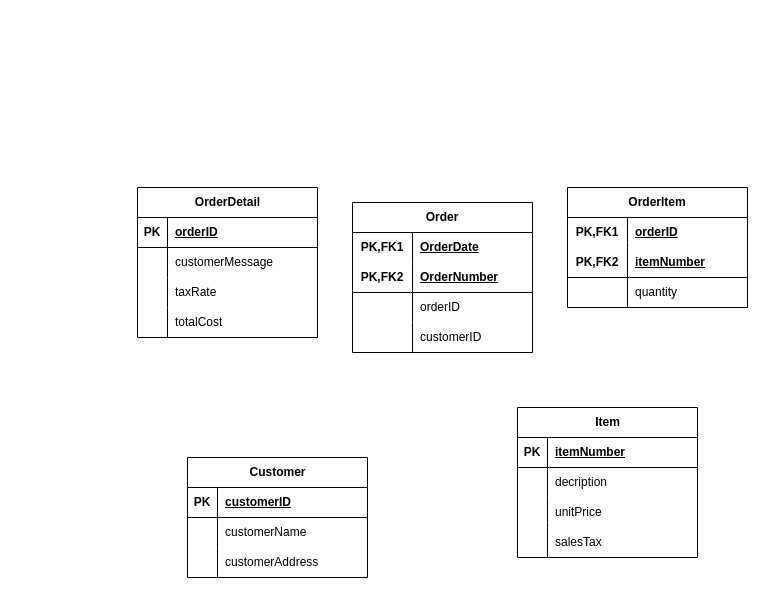
Earlier version of the draw.io diagram page "Page-1" (1 of 2) of Untitled Diagram.drawio (Joshuaarr/DBMS_2023). Source tidied: cells renumbered, new cells numbered last; positions are measured from the earlier drawing's top-left corner, leaving out a move shared by most shapes. Both pictures are drawn from the tidied source at 100%, with x=0, y=0 at pixel (137, 187).
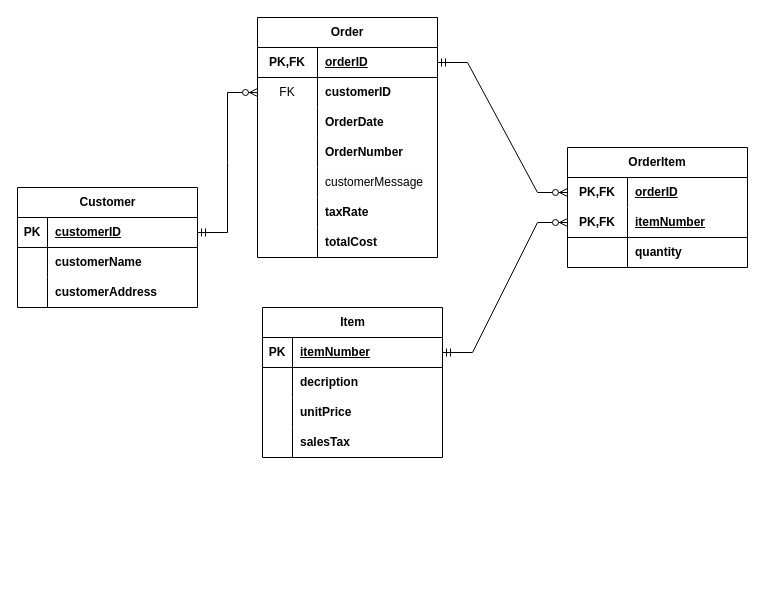
After the change.

The change refers to these unchanged cells:
```xml
<mxCell id="3" style="shape=tableRow;horizontal=0;startSize=0;swimlaneHead=0;swimlaneBody=0;fillColor=none;points=[[0,0.5],[1,0.5]];portConstraint=eastwest;top=0;left=0;right=0;bottom=1;" parent="2" vertex="1">
  <mxGeometry y="30" width="180" height="30" as="geometry" />
</mxCell>
<mxCell id="6" style="shape=tableRow;horizontal=0;startSize=0;swimlaneHead=0;swimlaneBody=0;fillColor=none;top=0;left=0;right=0;bottom=0;" parent="2" vertex="1">
  <mxGeometry y="60" width="180" height="30" as="geometry" />
</mxCell>
<mxCell id="9" style="shape=tableRow;horizontal=0;startSize=0;swimlaneHead=0;swimlaneBody=0;fillColor=none;top=0;left=0;right=0;bottom=0;" parent="2" vertex="1">
  <mxGeometry y="90" width="180" height="30" as="geometry" />
</mxCell>
<mxCell id="26" style="shape=tableRow;horizontal=0;startSize=0;swimlaneHead=0;swimlaneBody=0;fillColor=none;points=[[0,0.5],[1,0.5]];portConstraint=eastwest;top=0;left=0;right=0;bottom=0;html=1;" parent="25" vertex="1">
  <mxGeometry y="30" width="180" height="30" as="geometry" />
</mxCell>
<mxCell id="29" style="shape=tableRow;horizontal=0;startSize=0;swimlaneHead=0;swimlaneBody=0;fillColor=none;points=[[0,0.5],[1,0.5]];portConstraint=eastwest;top=0;left=0;right=0;bottom=1;html=1;" parent="25" vertex="1">
  <mxGeometry y="60" width="180" height="30" as="geometry" />
</mxCell>
<mxCell id="32" style="shape=tableRow;horizontal=0;startSize=0;swimlaneHead=0;swimlaneBody=0;fillColor=none;top=0;left=0;right=0;bottom=0;html=1;" parent="25" vertex="1">
  <mxGeometry y="90" width="180" height="30" as="geometry" />
</mxCell>
<mxCell id="36" style="shape=tableRow;horizontal=0;startSize=0;swimlaneHead=0;swimlaneBody=0;fillColor=none;points=[[0,0.5],[1,0.5]];portConstraint=eastwest;top=0;left=0;right=0;bottom=1;" parent="35" vertex="1">
  <mxGeometry y="30" width="180" height="30" as="geometry" />
</mxCell>
<mxCell id="39" style="shape=tableRow;horizontal=0;startSize=0;swimlaneHead=0;swimlaneBody=0;fillColor=none;top=0;left=0;right=0;bottom=0;" parent="35" vertex="1">
  <mxGeometry y="60" width="180" height="30" as="geometry" />
</mxCell>
<mxCell id="42" style="shape=tableRow;horizontal=0;startSize=0;swimlaneHead=0;swimlaneBody=0;fillColor=none;top=0;left=0;right=0;bottom=0;" parent="35" vertex="1">
  <mxGeometry y="90" width="180" height="30" as="geometry" />
</mxCell>
<mxCell id="45" style="shape=tableRow;horizontal=0;startSize=0;swimlaneHead=0;swimlaneBody=0;fillColor=none;top=0;left=0;right=0;bottom=0;" parent="35" vertex="1">
  <mxGeometry y="120" width="180" height="30" as="geometry" />
</mxCell>
<mxCell id="55" style="shape=tableRow;horizontal=0;startSize=0;swimlaneHead=0;swimlaneBody=0;fillColor=none;top=0;left=0;right=0;bottom=0;html=1;" parent="48" vertex="1">
  <mxGeometry y="90" width="180" height="30" as="geometry" />
</mxCell>
<mxCell id="58" style="shape=tableRow;horizontal=0;startSize=0;swimlaneHead=0;swimlaneBody=0;fillColor=none;top=0;left=0;right=0;bottom=0;html=1;" parent="48" vertex="1">
  <mxGeometry y="120" width="180" height="30" as="geometry" />
</mxCell>
```

Change to the diagram source:
```diff
@@
     <mxCell id="2" value="Customer" style="shape=table;startSize=30;childLayout=tableLayout;rowLines=0;fontStyle=1;align=center;html=1;" parent="1" vertex="1">
-      <mxGeometry x="50" y="270" width="180" height="120" as="geometry" />
+      <mxGeometry x="-120" width="180" height="120" as="geometry" />
     </mxCell>
@@
-    <mxCell id="8" value="customerName" style="shape=partialRectangle;fillColor=none;top=0;left=0;bottom=0;right=0;align=left;spacingLeft=6;overflow=hidden;whiteSpace=wrap;html=1;" parent="6" vertex="1">
+    <mxCell id="8" value="&lt;b&gt;customerName&lt;/b&gt;" style="shape=partialRectangle;fillColor=none;top=0;left=0;bottom=0;right=0;align=left;spacingLeft=6;overflow=hidden;whiteSpace=wrap;html=1;" parent="6" vertex="1">
       <mxGeometry x="30" width="150" height="30" as="geometry" />
     </mxCell>
@@
-    <mxCell id="11" value="customerAddress" style="shape=partialRectangle;fillColor=none;top=0;left=0;bottom=0;right=0;align=left;spacingLeft=6;overflow=hidden;whiteSpace=wrap;html=1;" parent="9" vertex="1">
+    <mxCell id="11" value="&lt;b&gt;customerAddress&lt;/b&gt;" style="shape=partialRectangle;fillColor=none;top=0;left=0;bottom=0;right=0;align=left;spacingLeft=6;overflow=hidden;whiteSpace=wrap;html=1;" parent="9" vertex="1">
       <mxGeometry x="30" width="150" height="30" as="geometry" />
     </mxCell>
-    <mxCell id="12" value="OrderDetail" style="shape=table;startSize=30;childLayout=tableLayout;rowLines=0;fontStyle=1;align=center;html=1;" parent="1" vertex="1">
-      <mxGeometry width="180" height="150" as="geometry" />
-    </mxCell>
-    <mxCell id="13" style="shape=tableRow;horizontal=0;startSize=0;swimlaneHead=0;swimlaneBody=0;fillColor=none;top=0;left=0;right=0;bottom=1;" parent="12" vertex="1">
-      <mxGeometry y="30" width="180" height="30" as="geometry" />
-    </mxCell>
-    <mxCell id="14" value="PK" style="shape=partialRectangle;fillColor=none;top=0;left=0;bottom=0;right=0;fontStyle=1;overflow=hidden;whiteSpace=wrap;html=1;" parent="13" vertex="1">
-      <mxGeometry width="30" height="30" as="geometry" />
-    </mxCell>
-    <mxCell id="15" value="orderID" style="shape=partialRectangle;fillColor=none;top=0;left=0;bottom=0;right=0;align=left;spacingLeft=6;fontStyle=5;overflow=hidden;whiteSpace=wrap;html=1;" parent="13" vertex="1">
-      <mxGeometry x="30" width="150" height="30" as="geometry" />
-    </mxCell>
-    <mxCell id="16" style="shape=tableRow;horizontal=0;startSize=0;swimlaneHead=0;swimlaneBody=0;fillColor=none;top=0;left=0;right=0;bottom=0;" parent="12" vertex="1">
-      <mxGeometry y="60" width="180" height="30" as="geometry" />
-    </mxCell>
-    <mxCell id="17" style="shape=partialRectangle;fillColor=none;top=0;left=0;bottom=0;right=0;overflow=hidden;whiteSpace=wrap;html=1;" parent="16" vertex="1">
-      <mxGeometry width="30" height="30" as="geometry" />
-    </mxCell>
-    <mxCell id="18" value="customerMessage" style="shape=partialRectangle;fillColor=none;top=0;left=0;bottom=0;right=0;align=left;spacingLeft=6;overflow=hidden;whiteSpace=wrap;html=1;" parent="16" vertex="1">
-      <mxGeometry x="30" width="150" height="30" as="geometry" />
-    </mxCell>
-    <mxCell id="19" style="shape=tableRow;horizontal=0;startSize=0;swimlaneHead=0;swimlaneBody=0;fillColor=none;top=0;left=0;right=0;bottom=0;" parent="12" vertex="1">
-      <mxGeometry y="90" width="180" height="30" as="geometry" />
-    </mxCell>
-    <mxCell id="20" style="shape=partialRectangle;fillColor=none;top=0;left=0;bottom=0;right=0;overflow=hidden;whiteSpace=wrap;html=1;" parent="19" vertex="1">
-      <mxGeometry width="30" height="30" as="geometry" />
-    </mxCell>
-    <mxCell id="21" value="taxRate" style="shape=partialRectangle;fillColor=none;top=0;left=0;bottom=0;right=0;align=left;spacingLeft=6;overflow=hidden;whiteSpace=wrap;html=1;" parent="19" vertex="1">
-      <mxGeometry x="30" width="150" height="30" as="geometry" />
-    </mxCell>
-    <mxCell id="22" style="shape=tableRow;horizontal=0;startSize=0;swimlaneHead=0;swimlaneBody=0;fillColor=none;top=0;left=0;right=0;bottom=0;" parent="12" vertex="1">
-      <mxGeometry y="120" width="180" height="30" as="geometry" />
-    </mxCell>
-    <mxCell id="23" style="shape=partialRectangle;fillColor=none;top=0;left=0;bottom=0;right=0;overflow=hidden;whiteSpace=wrap;html=1;" parent="22" vertex="1">
-      <mxGeometry width="30" height="30" as="geometry" />
-    </mxCell>
-    <mxCell id="24" value="totalCost" style="shape=partialRectangle;fillColor=none;top=0;left=0;bottom=0;right=0;align=left;spacingLeft=6;overflow=hidden;whiteSpace=wrap;html=1;" parent="22" vertex="1">
-      <mxGeometry x="30" width="150" height="30" as="geometry" />
-    </mxCell>
     <mxCell id="25" value="OrderItem" style="shape=table;startSize=30;childLayout=tableLayout;rowLines=0;fontStyle=1;align=center;html=1;whiteSpace=wrap;" parent="1" vertex="1">
-      <mxGeometry x="430" width="180" height="120" as="geometry" />
+      <mxGeometry x="430" y="-40" width="180" height="120" as="geometry" />
     </mxCell>
@@
-    <mxCell id="27" value="PK,FK1" style="shape=partialRectangle;fillColor=none;top=0;left=0;bottom=0;right=0;fontStyle=1;overflow=hidden;html=1;whiteSpace=wrap;" parent="26" vertex="1">
+    <mxCell id="27" value="PK,FK" style="shape=partialRectangle;fillColor=none;top=0;left=0;bottom=0;right=0;fontStyle=1;overflow=hidden;html=1;whiteSpace=wrap;" parent="26" vertex="1">
       <mxGeometry width="60" height="30" as="geometry" />
     </mxCell>
@@
-    <mxCell id="30" value="PK,FK2" style="shape=partialRectangle;fillColor=none;top=0;left=0;bottom=0;right=0;fontStyle=1;overflow=hidden;html=1;whiteSpace=wrap;" parent="29" vertex="1">
+    <mxCell id="30" value="PK,FK" style="shape=partialRectangle;fillColor=none;top=0;left=0;bottom=0;right=0;fontStyle=1;overflow=hidden;html=1;whiteSpace=wrap;" parent="29" vertex="1">
       <mxGeometry width="60" height="30" as="geometry" />
     </mxCell>
@@
-    <mxCell id="34" value="quantity" style="shape=partialRectangle;fillColor=none;top=0;left=0;bottom=0;right=0;align=left;spacingLeft=6;overflow=hidden;html=1;whiteSpace=wrap;" parent="32" vertex="1">
+    <mxCell id="34" value="&lt;b&gt;quantity&lt;/b&gt;" style="shape=partialRectangle;fillColor=none;top=0;left=0;bottom=0;right=0;align=left;spacingLeft=6;overflow=hidden;html=1;whiteSpace=wrap;" parent="32" vertex="1">
       <mxGeometry x="60" width="120" height="30" as="geometry" />
     </mxCell>
     <mxCell id="35" value="Item" style="shape=table;startSize=30;childLayout=tableLayout;rowLines=0;fontStyle=1;align=center;html=1;" parent="1" vertex="1">
-      <mxGeometry x="380" y="220" width="180" height="150" as="geometry" />
+      <mxGeometry x="125" y="120" width="180" height="150" as="geometry" />
     </mxCell>
@@
-    <mxCell id="41" value="decription" style="shape=partialRectangle;fillColor=none;top=0;left=0;bottom=0;right=0;align=left;spacingLeft=6;overflow=hidden;whiteSpace=wrap;html=1;" parent="39" vertex="1">
+    <mxCell id="41" value="&lt;b&gt;decription&lt;/b&gt;" style="shape=partialRectangle;fillColor=none;top=0;left=0;bottom=0;right=0;align=left;spacingLeft=6;overflow=hidden;whiteSpace=wrap;html=1;" parent="39" vertex="1">
       <mxGeometry x="30" width="150" height="30" as="geometry" />
     </mxCell>
@@
-    <mxCell id="44" value="unitPrice" style="shape=partialRectangle;fillColor=none;top=0;left=0;bottom=0;right=0;align=left;spacingLeft=6;overflow=hidden;whiteSpace=wrap;html=1;" parent="42" vertex="1">
+    <mxCell id="44" value="&lt;b&gt;unitPrice&lt;/b&gt;" style="shape=partialRectangle;fillColor=none;top=0;left=0;bottom=0;right=0;align=left;spacingLeft=6;overflow=hidden;whiteSpace=wrap;html=1;" parent="42" vertex="1">
       <mxGeometry x="30" width="150" height="30" as="geometry" />
     </mxCell>
@@
-    <mxCell id="47" value="salesTax" style="shape=partialRectangle;fillColor=none;top=0;left=0;bottom=0;right=0;align=left;spacingLeft=6;overflow=hidden;whiteSpace=wrap;html=1;" parent="45" vertex="1">
+    <mxCell id="47" value="&lt;b&gt;salesTax&lt;/b&gt;" style="shape=partialRectangle;fillColor=none;top=0;left=0;bottom=0;right=0;align=left;spacingLeft=6;overflow=hidden;whiteSpace=wrap;html=1;" parent="45" vertex="1">
       <mxGeometry x="30" width="150" height="30" as="geometry" />
     </mxCell>
     <mxCell id="48" value="Order" style="shape=table;startSize=30;childLayout=tableLayout;rowLines=0;fontStyle=1;align=center;html=1;whiteSpace=wrap;" parent="1" vertex="1">
-      <mxGeometry x="215" y="15" width="180" height="150" as="geometry" />
+      <mxGeometry x="120" y="-170" width="180" height="240" as="geometry" />
     </mxCell>
-    <mxCell id="49" style="shape=tableRow;horizontal=0;startSize=0;swimlaneHead=0;swimlaneBody=0;fillColor=none;top=0;left=0;right=0;bottom=0;html=1;" parent="48" vertex="1">
-      <mxGeometry y="30" width="180" height="30" as="geometry" />
-    </mxCell>
-    <mxCell id="50" value="PK,FK1" style="shape=partialRectangle;fillColor=none;top=0;left=0;bottom=0;right=0;fontStyle=1;overflow=hidden;html=1;whiteSpace=wrap;" parent="49" vertex="1">
-      <mxGeometry width="60" height="30" as="geometry" />
-    </mxCell>
-    <mxCell id="51" value="OrderDate" style="shape=partialRectangle;fillColor=none;top=0;left=0;bottom=0;right=0;align=left;spacingLeft=6;fontStyle=5;overflow=hidden;html=1;whiteSpace=wrap;" parent="49" vertex="1">
-      <mxGeometry x="60" width="120" height="30" as="geometry" />
-    </mxCell>
     <mxCell id="52" style="shape=tableRow;horizontal=0;startSize=0;swimlaneHead=0;swimlaneBody=0;fillColor=none;points=[[0,0.5],[1,0.5]];portConstraint=eastwest;top=0;left=0;right=0;bottom=1;html=1;" parent="48" vertex="1">
-      <mxGeometry y="60" width="180" height="30" as="geometry" />
+      <mxGeometry y="30" width="180" height="30" as="geometry" />
     </mxCell>
-    <mxCell id="53" value="PK,FK2" style="shape=partialRectangle;fillColor=none;top=0;left=0;bottom=0;right=0;fontStyle=1;overflow=hidden;html=1;whiteSpace=wrap;" parent="52" vertex="1">
+    <mxCell id="53" value="PK,FK" style="shape=partialRectangle;fillColor=none;top=0;left=0;bottom=0;right=0;fontStyle=1;overflow=hidden;html=1;whiteSpace=wrap;" parent="52" vertex="1">
       <mxGeometry width="60" height="30" as="geometry" />
     </mxCell>
-    <mxCell id="54" value="OrderNumber" style="shape=partialRectangle;fillColor=none;top=0;left=0;bottom=0;right=0;align=left;spacingLeft=6;fontStyle=5;overflow=hidden;html=1;whiteSpace=wrap;" parent="52" vertex="1">
+    <mxCell id="54" value="orderID" style="shape=partialRectangle;fillColor=none;top=0;left=0;bottom=0;right=0;align=left;spacingLeft=6;fontStyle=5;overflow=hidden;html=1;whiteSpace=wrap;" parent="52" vertex="1">
       <mxGeometry x="60" width="120" height="30" as="geometry" />
     </mxCell>
+    <mxCell id="61" style="shape=tableRow;horizontal=0;startSize=0;swimlaneHead=0;swimlaneBody=0;fillColor=none;points=[[0,0.5],[1,0.5]];portConstraint=eastwest;top=0;left=0;right=0;bottom=0;html=1;" parent="48" vertex="1">
+      <mxGeometry y="60" width="180" height="30" as="geometry" />
+    </mxCell>
+    <mxCell id="62" value="FK" style="shape=partialRectangle;fillColor=none;top=0;left=0;bottom=0;right=0;overflow=hidden;html=1;whiteSpace=wrap;" parent="61" vertex="1">
+      <mxGeometry width="60" height="30" as="geometry" />
+    </mxCell>
+    <mxCell id="63" value="&lt;b&gt;customerID&lt;/b&gt;" style="shape=partialRectangle;fillColor=none;top=0;left=0;bottom=0;right=0;align=left;spacingLeft=6;overflow=hidden;html=1;whiteSpace=wrap;" parent="61" vertex="1">
+      <mxGeometry x="60" width="120" height="30" as="geometry" />
+    </mxCell>
@@
-    <mxCell id="57" value="orderID" style="shape=partialRectangle;fillColor=none;top=0;left=0;bottom=0;right=0;align=left;spacingLeft=6;overflow=hidden;html=1;whiteSpace=wrap;" parent="55" vertex="1">
+    <mxCell id="57" value="&lt;b&gt;OrderDate&lt;/b&gt;" style="shape=partialRectangle;fillColor=none;top=0;left=0;bottom=0;right=0;align=left;spacingLeft=6;overflow=hidden;html=1;whiteSpace=wrap;" parent="55" vertex="1">
       <mxGeometry x="60" width="120" height="30" as="geometry" />
     </mxCell>
@@
-    <mxCell id="60" value="customerID" style="shape=partialRectangle;fillColor=none;top=0;left=0;bottom=0;right=0;align=left;spacingLeft=6;overflow=hidden;html=1;whiteSpace=wrap;" parent="58" vertex="1">
+    <mxCell id="60" value="&lt;b&gt;OrderNumber&lt;/b&gt;" style="shape=partialRectangle;fillColor=none;top=0;left=0;bottom=0;right=0;align=left;spacingLeft=6;overflow=hidden;html=1;whiteSpace=wrap;" parent="58" vertex="1">
       <mxGeometry x="60" width="120" height="30" as="geometry" />
     </mxCell>
+    <mxCell id="64" style="shape=tableRow;horizontal=0;startSize=0;swimlaneHead=0;swimlaneBody=0;fillColor=none;top=0;left=0;right=0;bottom=0;html=1;" parent="48" vertex="1">
+      <mxGeometry y="150" width="180" height="30" as="geometry" />
+    </mxCell>
+    <mxCell id="65" style="shape=partialRectangle;fillColor=none;top=0;left=0;bottom=0;right=0;overflow=hidden;html=1;whiteSpace=wrap;" parent="64" vertex="1">
+      <mxGeometry width="60" height="30" as="geometry" />
+    </mxCell>
+    <mxCell id="18" value="&lt;span style=&quot;caret-color: rgb(0, 0, 0); color: rgb(0, 0, 0); font-family: Helvetica; font-size: 12px; font-style: normal; font-variant-caps: normal; font-weight: normal; letter-spacing: normal; text-align: left; text-indent: 0px; text-transform: none; word-spacing: 0px; -webkit-text-stroke-width: 0px; background-color: rgb(251, 251, 251); text-decoration: none; float: none; display: inline !important;&quot;&gt;customerMessage&lt;/span&gt;" style="shape=partialRectangle;fillColor=none;top=0;left=0;bottom=0;right=0;align=left;spacingLeft=6;overflow=hidden;html=1;whiteSpace=wrap;" parent="64" vertex="1">
+      <mxGeometry x="60" width="120" height="30" as="geometry" />
+    </mxCell>
+    <mxCell id="66" style="shape=tableRow;horizontal=0;startSize=0;swimlaneHead=0;swimlaneBody=0;fillColor=none;top=0;left=0;right=0;bottom=0;html=1;" parent="48" vertex="1">
+      <mxGeometry y="180" width="180" height="30" as="geometry" />
+    </mxCell>
+    <mxCell id="67" style="shape=partialRectangle;fillColor=none;top=0;left=0;bottom=0;right=0;overflow=hidden;html=1;whiteSpace=wrap;" parent="66" vertex="1">
+      <mxGeometry width="60" height="30" as="geometry" />
+    </mxCell>
+    <mxCell id="21" value="&lt;b style=&quot;border-color: var(--border-color);&quot;&gt;taxRate&lt;/b&gt;" style="shape=partialRectangle;fillColor=none;top=0;left=0;bottom=0;right=0;align=left;spacingLeft=6;overflow=hidden;html=1;whiteSpace=wrap;" parent="66" vertex="1">
+      <mxGeometry x="60" width="120" height="30" as="geometry" />
+    </mxCell>
+    <mxCell id="68" style="shape=tableRow;horizontal=0;startSize=0;swimlaneHead=0;swimlaneBody=0;fillColor=none;top=0;left=0;right=0;bottom=0;html=1;" parent="48" vertex="1">
+      <mxGeometry y="210" width="180" height="30" as="geometry" />
+    </mxCell>
+    <mxCell id="69" style="shape=partialRectangle;fillColor=none;top=0;left=0;bottom=0;right=0;overflow=hidden;html=1;whiteSpace=wrap;" parent="68" vertex="1">
+      <mxGeometry width="60" height="30" as="geometry" />
+    </mxCell>
+    <mxCell id="24" value="&lt;b style=&quot;border-color: var(--border-color);&quot;&gt;totalCost&lt;/b&gt;" style="shape=partialRectangle;fillColor=none;top=0;left=0;bottom=0;right=0;align=left;spacingLeft=6;overflow=hidden;html=1;whiteSpace=wrap;" parent="68" vertex="1">
+      <mxGeometry x="60" width="120" height="30" as="geometry" />
+    </mxCell>
+    <mxCell id="70" style="edgeStyle=entityRelationEdgeStyle;fontSize=12;html=1;endArrow=ERzeroToMany;startArrow=ERmandOne;rounded=0;exitX=1;exitY=0.5;exitDx=0;exitDy=0;entryX=0;entryY=0.5;entryDx=0;entryDy=0;" parent="1" edge="1" source="52" target="26">
+      <mxGeometry relative="1" as="geometry" />
+    </mxCell>
+    <mxCell id="71" style="edgeStyle=entityRelationEdgeStyle;fontSize=12;html=1;endArrow=ERzeroToMany;startArrow=ERmandOne;rounded=0;exitX=1;exitY=0.5;exitDx=0;exitDy=0;entryX=0;entryY=0.5;entryDx=0;entryDy=0;" parent="1" edge="1" source="36" target="29">
+      <mxGeometry relative="1" as="geometry" />
+    </mxCell>
+    <mxCell id="72" style="edgeStyle=entityRelationEdgeStyle;fontSize=12;html=1;endArrow=ERzeroToMany;startArrow=ERmandOne;rounded=0;exitX=1;exitY=0.5;exitDx=0;exitDy=0;entryX=0;entryY=0.5;entryDx=0;entryDy=0;" parent="1" edge="1" source="3" target="61">
+      <mxGeometry relative="1" as="geometry" />
+    </mxCell>
```
